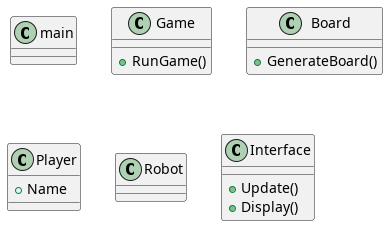
Before: TP11_Archi.png, a diagram exported from PlantUML (ECN-SEC-SMP/tp11-note-nath-jack-elou-euge).
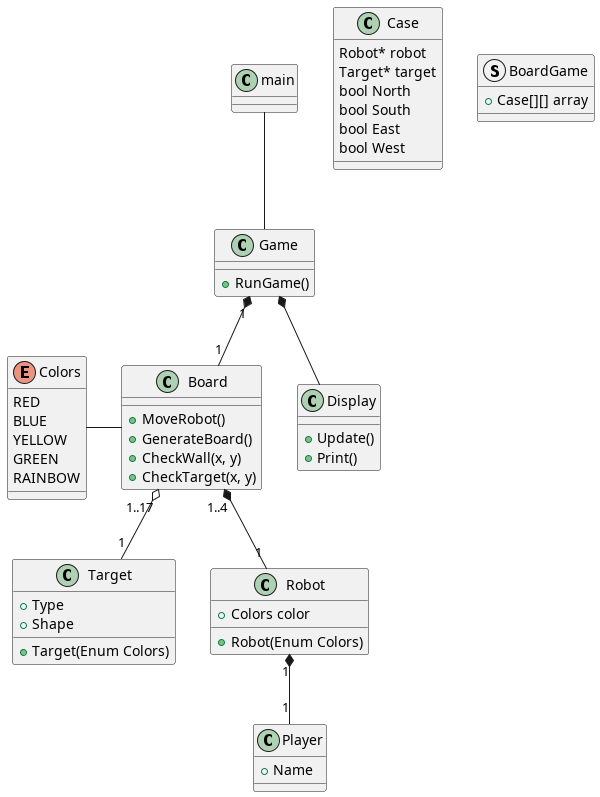
The same diagram one commit later.

Change to the diagram source:
```diff
@@ -7,7 +7,25 @@
 }
 
 class Board {
+    + MoveRobot()
     + GenerateBoard()
+    + CheckWall(x, y)
+    + CheckTarget(x, y)
+}
+
+class Target {
+    + Type
+    + Shape
+
+    + Target(Enum Colors)
+}
+
+Enum Colors {
+    RED
+    BLUE
+    YELLOW
+    GREEN
+    RAINBOW
 }
 
 class Player {
@@ -15,12 +33,39 @@
 }
 
 class Robot {
+    + Colors color
 
+    + Robot(Enum Colors)
 }
 
-class Interface {
+class Display {
     + Update()
-    + Display()
+    + Print()
 }
 
+class Case {
+    Robot* robot
+    Target* target
+    bool North
+    bool South
+    bool East
+    bool West
+}
+
+Struct BoardGame {
+    + Case[][] array
+}
+
+main -- Game
+
+Game "1" *-- "1" Board
+Game *-- Display
+
+Robot "1" *-- "1" Player
+
+Board "1..4" *-- "1" Robot
+Board "1..17" o-- "1" Target
+Board -left- Colors
+
+
 @enduml
```
